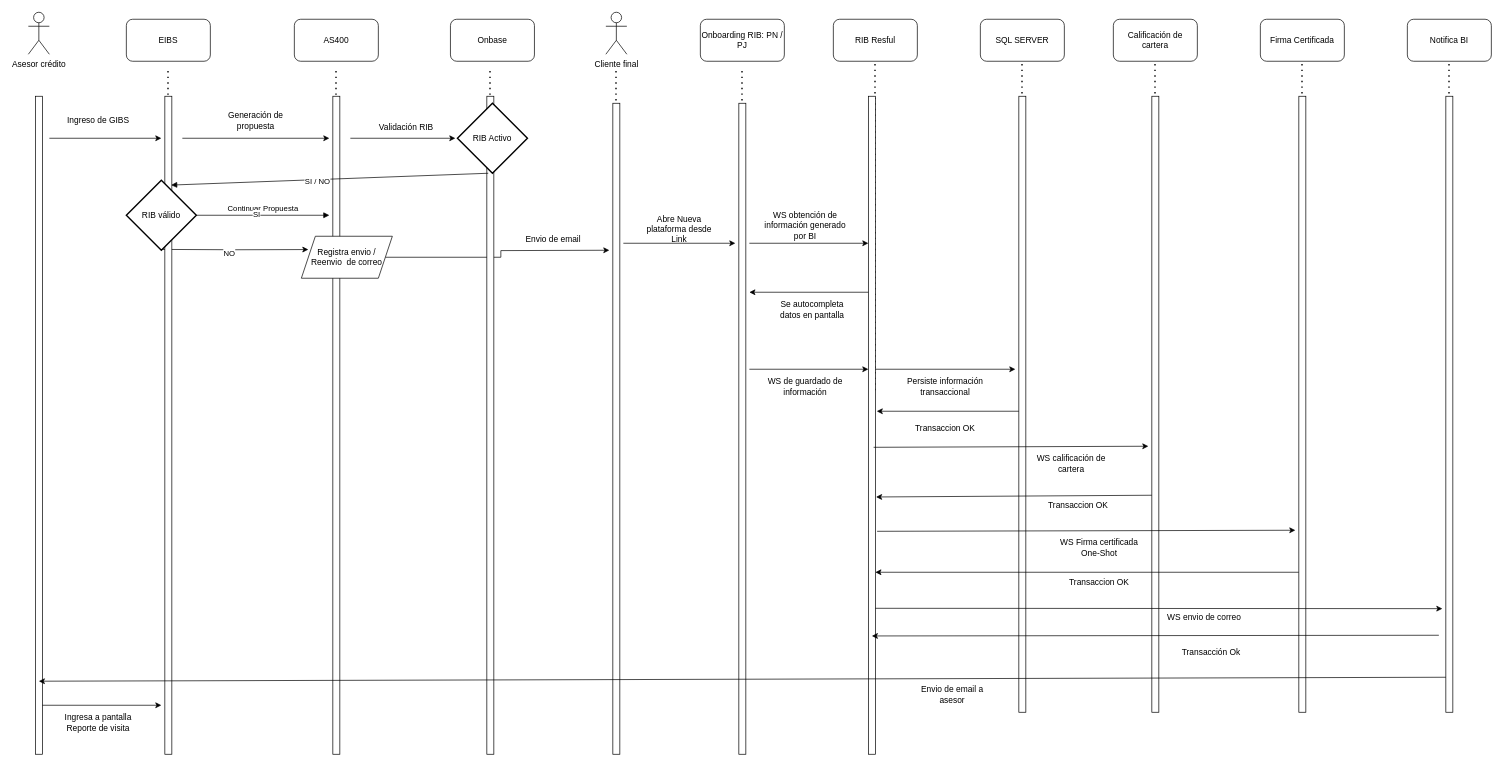
Before: DiagramaSecuencia.drawio in GonzaloDavid/diagramas, a draw.io diagram. Source tidied: cells renumbered, new cells numbered last; positions are measured from the earlier drawing's top-left corner, leaving out a move shared by most shapes. Both pictures are drawn from the tidied source at 70%, with x=0, y=0 at pixel (28, 12).
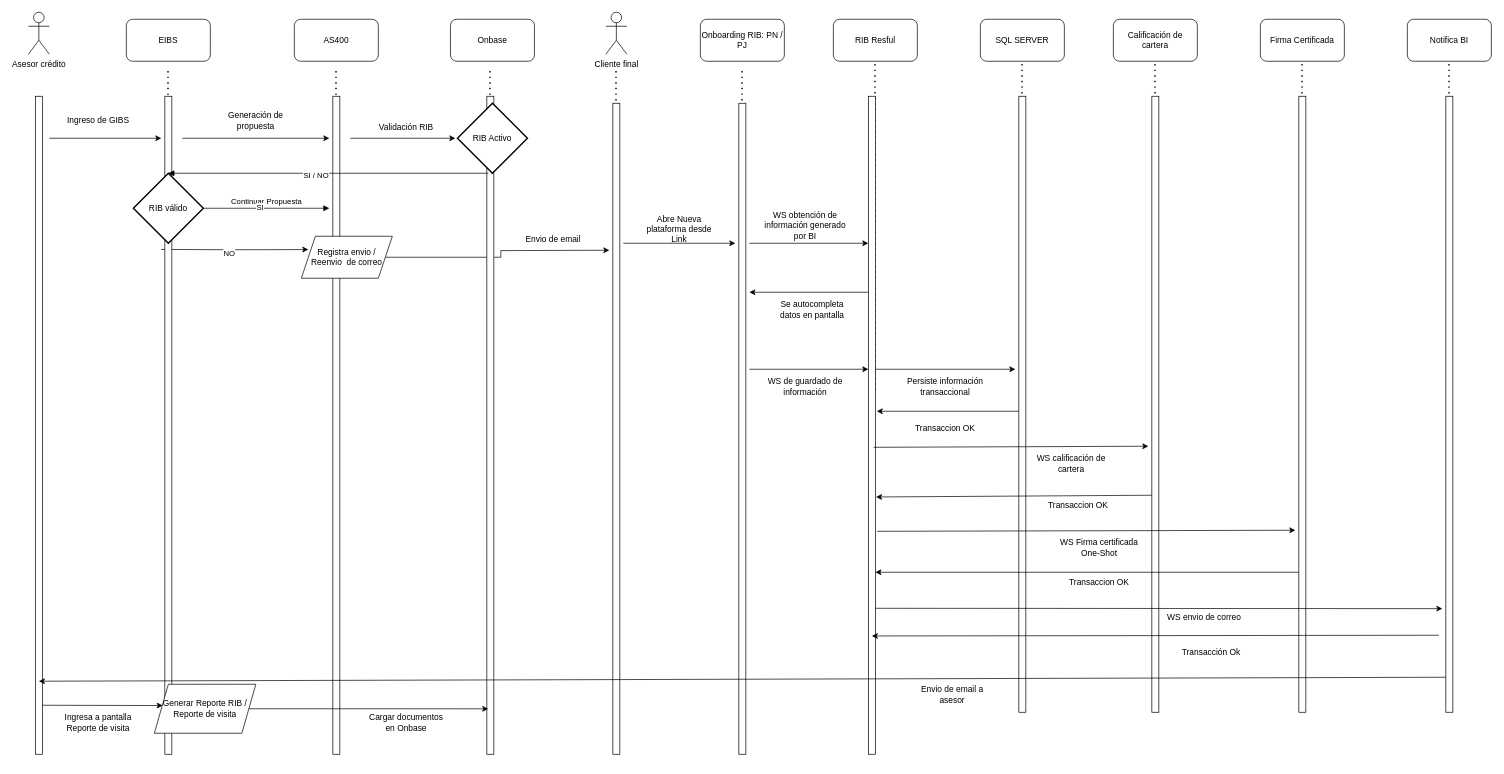
The same page after the edit.

The change refers to these unchanged cells:
```xml
<mxCell id="18" style="group;" parent="1" vertex="1">
  <mxGeometry x="380" y="10" width="200" height="1050" as="geometry" />
</mxCell>
<mxCell id="30" style="rounded=0;whiteSpace=wrap;html=1;" parent="27" vertex="1">
  <mxGeometry x="55" y="110" width="10" height="940" as="geometry" />
</mxCell>
<mxCell id="42" style="rounded=0;whiteSpace=wrap;html=1;" parent="39" vertex="1">
  <mxGeometry x="55" y="110" width="10" height="940" as="geometry" />
</mxCell>
<mxCell id="43" value="RIB Activo" style="strokeWidth=2;html=1;shape=mxgraph.flowchart.decision;whiteSpace=wrap;direction=south;" parent="39" vertex="1">
  <mxGeometry x="13" y="120" width="100" height="100" as="geometry" />
</mxCell>
```

The edit, as a diff of the source:
```diff
@@
+    <mxCell id="89" value="Cargar documentos en Onbase" style="text;html=1;align=center;verticalAlign=middle;whiteSpace=wrap;rounded=0;" parent="18" vertex="1">
+      <mxGeometry x="100" y="990" width="120" height="30" as="geometry" />
+    </mxCell>
     <mxCell id="27" style="group;" parent="1" vertex="1">
-      <mxGeometry x="140" y="10" width="120" height="1050" as="geometry" />
+      <mxGeometry x="140" y="10" width="200" height="1050" as="geometry" />
     </mxCell>
@@
     <mxCell id="32" value="Continuar Propuesta" style="html=1;verticalAlign=bottom;endArrow=block;curved=0;rounded=0;" parent="27" edge="1" source="34">
       <mxGeometry relative="1" as="geometry">
-        <mxPoint x="290" y="280" as="targetPoint" />
+        <mxPoint x="290" y="270" as="targetPoint" />
       </mxGeometry>
     </mxCell>
@@
     <mxCell id="34" value="RIB válido" style="strokeWidth=2;html=1;shape=mxgraph.flowchart.decision;whiteSpace=wrap;" parent="27" vertex="1">
-      <mxGeometry y="230" width="100" height="100" as="geometry" />
+      <mxGeometry x="10" y="220" width="100" height="100" as="geometry" />
     </mxCell>
+    <mxCell id="90" value="Generar Reporte RIB / Reporte de visita" style="shape=parallelogram;perimeter=parallelogramPerimeter;whiteSpace=wrap;html=1;fixedSize=1;" parent="27" vertex="1">
+      <mxGeometry x="40" y="950" width="145" height="70" as="geometry" />
+    </mxCell>
@@
-    <mxCell id="45" style="html=1;verticalAlign=bottom;endArrow=block;curved=0;rounded=0;entryX=0.9;entryY=0.135;entryDx=0;entryDy=0;entryPerimeter=0;exitX=1;exitY=0.56;exitDx=0;exitDy=0;exitPerimeter=0;" parent="1" edge="1" source="43" target="30">
+    <mxCell id="45" style="html=1;verticalAlign=bottom;endArrow=block;curved=0;rounded=0;entryX=0.5;entryY=0;entryDx=0;entryDy=0;entryPerimeter=0;exitX=1;exitY=0.56;exitDx=0;exitDy=0;exitPerimeter=0;" parent="1" edge="1" source="43" target="34">
       <mxGeometry relative="1" as="geometry" />
     </mxCell>
@@
-    <mxCell id="87" style="endArrow=classic;html=1;rounded=0;" parent="1" edge="1">
+    <mxCell id="87" style="endArrow=classic;html=1;rounded=0;entryX=-0.3;entryY=0.926;entryDx=0;entryDy=0;entryPerimeter=0;" parent="1" edge="1" target="30">
       <mxGeometry relative="1" as="geometry">
         <mxPoint x="20" y="990" as="sourcePoint" />
-        <mxPoint x="190" y="990" as="targetPoint" />
       </mxGeometry>
     </mxCell>
@@
+    <mxCell id="91" style="edgeStyle=orthogonalEdgeStyle;rounded=0;jettySize=auto;html=1;entryX=0.2;entryY=0.931;entryDx=0;entryDy=0;entryPerimeter=0;" parent="1" edge="1" source="90" target="42">
+      <mxGeometry relative="1" as="geometry" />
+    </mxCell>
```
